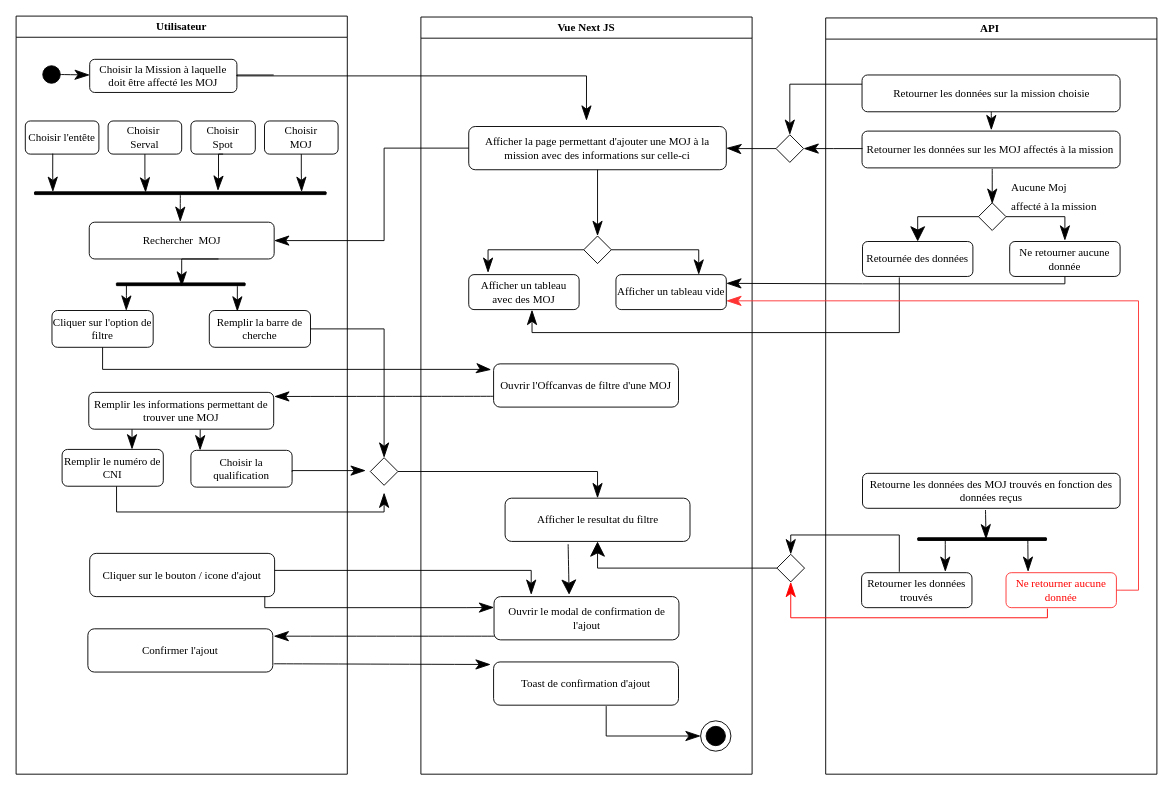
Earlier version of the draw.io diagram New_ActivityDiagramAssignsMojMission.drawio (ThuranJunior-AGL/AnalyseGEMOj). Source tidied: cells renumbered, new cells numbered last; positions are measured from the earlier drawing's top-left corner, leaving out a move shared by most shapes. Both pictures are drawn from the tidied source at 92%, with x=0, y=0 at pixel (16, 16).
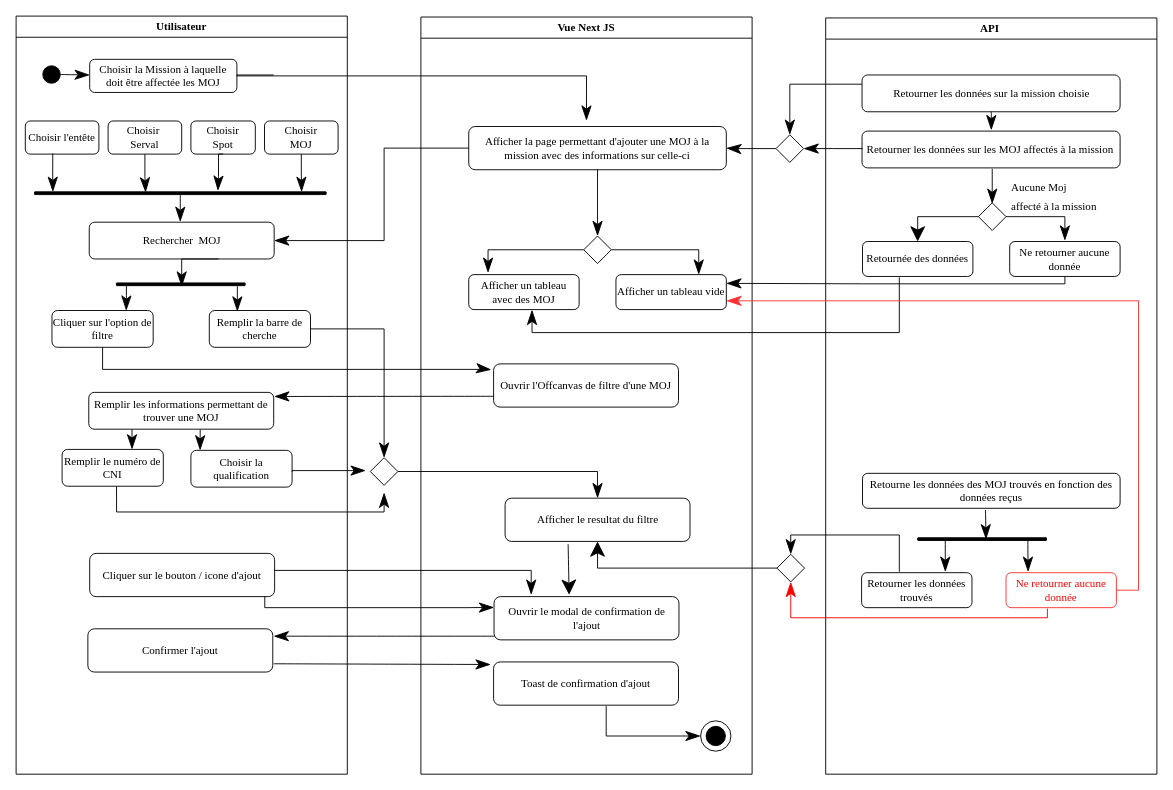
The same page after the edit.

Commit message (it also covers changes not shown here):
Mettre à jour New_ActivityDiagramAssignsMojMission.drawio

The change refers to these unchanged cells:
```xml
<mxCell id="2" value="Utilisateur" style="swimlane;whiteSpace=wrap;html=1;fontFamily=Times New Roman;" parent="1" vertex="1">
  <mxGeometry width="360" height="824" as="geometry" />
</mxCell>
```

The edit, as a diff of the source:
```diff
@@
-    <mxCell id="4" value="Choisir la Mission à laquelle doit être affecté les MOJ" style="rounded=1;whiteSpace=wrap;html=1;fontFamily=Times New Roman;" parent="2" vertex="1">
+    <mxCell id="4" value="Choisir la Mission à laquelle doit être affectée les MOJ" style="rounded=1;whiteSpace=wrap;html=1;fontFamily=Times New Roman;" parent="2" vertex="1">
       <mxGeometry x="80" y="47" width="160" height="36" as="geometry" />
     </mxCell>
```
